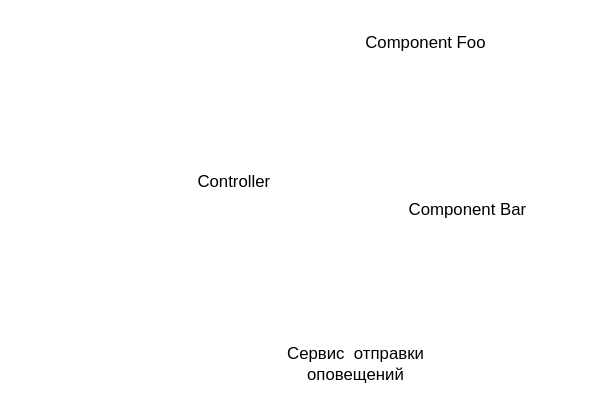
Above: notificator/static/current_arch.svg in Yandex-Practicum/architect-practice-tpl (draw.io), before the change. Source tidied: cells renumbered, new cells last; positions are measured from the earlier drawing's top-left corner, leaving out a move shared by most shapes.
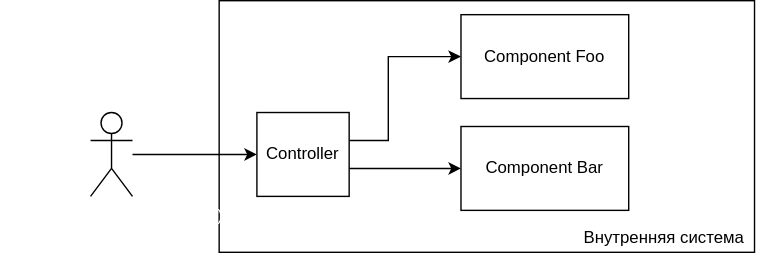
After the commit.

The edit, as a diff of the source:
```diff
@@ -1,60 +1,43 @@
-<mxGraphModel background="#000000">
+<mxGraphModel background="#FFFFFF">
   <root>
     <mxCell id="0" />
     <mxCell id="1" parent="0" />
-    <mxCell id="2" style="edgeStyle=orthogonalEdgeStyle;rounded=0;jettySize=auto;html=1;dashed=1;strokeColor=#FFFFFF;" parent="1" edge="1" source="3" target="7">
-      <mxGeometry relative="1" as="geometry">
-        <Array as="points">
-          <mxPoint x="270" y="200" />
-          <mxPoint x="190" y="200" />
-        </Array>
-      </mxGeometry>
-    </mxCell>
+    <mxCell id="14" style="rounded=0;whiteSpace=wrap;html=1;" parent="1" vertex="1">
+      <mxGeometry x="47" y="340" width="383" height="180" as="geometry" />
+    </mxCell>
-    <mxCell id="3" value="Component Bar" style="rounded=0;whiteSpace=wrap;html=1;strokeColor=#FFFFFF;" parent="1" vertex="1">
-      <mxGeometry x="210" y="120" width="120" height="60" as="geometry" />
+    <mxCell id="3" value="Component Bar" style="rounded=0;whiteSpace=wrap;html=1;strokeColor=#000000;" parent="1" vertex="1">
+      <mxGeometry x="220" y="430" width="120" height="60" as="geometry" />
     </mxCell>
-    <mxCell id="4" style="edgeStyle=orthogonalEdgeStyle;rounded=0;jettySize=auto;html=1;entryX=0;entryY=0.5;entryDx=0;entryDy=0;strokeColor=#FFFFFF;" parent="1" edge="1" source="11" target="3">
-      <mxGeometry relative="1" as="geometry" />
+    <mxCell id="4" style="edgeStyle=orthogonalEdgeStyle;rounded=0;jettySize=auto;html=1;entryX=0;entryY=0.5;entryDx=0;entryDy=0;strokeColor=#000000;" parent="1" edge="1" source="11" target="3">
+      <mxGeometry relative="1" as="geometry">
+        <Array as="points">
+          <mxPoint x="160" y="460" />
+          <mxPoint x="160" y="460" />
+        </Array>
+      </mxGeometry>
     </mxCell>
-    <mxCell id="5" value="User (mobile app, email, sms)" style="shape=umlActor;verticalLabelPosition=bottom;verticalAlign=top;html=1;outlineConnect=0;strokeColor=#FFFFFF;fontColor=#FFFFFF;" parent="1" vertex="1">
-      <mxGeometry y="100" width="30" height="60" as="geometry" />
+    <mxCell id="5" value="User (mobile app, email, sms)" style="shape=umlActor;verticalLabelPosition=bottom;verticalAlign=top;html=1;outlineConnect=0;strokeColor=#000000;fontColor=#FFFFFF;" parent="1" vertex="1">
+      <mxGeometry x="-45" y="420" width="30" height="60" as="geometry" />
     </mxCell>
-    <mxCell id="6" style="edgeStyle=orthogonalEdgeStyle;rounded=0;jettySize=auto;html=1;dashed=1;strokeColor=#FFFFFF;" parent="1" edge="1" source="7">
-      <mxGeometry relative="1" as="geometry">
-        <mxPoint x="10" y="180" as="targetPoint" />
-      </mxGeometry>
-    </mxCell>
-    <mxCell id="7" value="Сервис &amp;nbsp;отправки оповещений" style="rounded=0;whiteSpace=wrap;html=1;dashed=1;strokeColor=#FFFFFF;" parent="1" vertex="1">
-      <mxGeometry x="130" y="230" width="120" height="60" as="geometry" />
-    </mxCell>
-    <mxCell id="8" value="Component Foo" style="rounded=0;whiteSpace=wrap;html=1;strokeColor=#FFFFFF;" parent="1" vertex="1">
-      <mxGeometry x="180" width="120" height="60" as="geometry" />
+    <mxCell id="8" value="Component Foo" style="rounded=0;whiteSpace=wrap;html=1;strokeColor=#000000;" parent="1" vertex="1">
+      <mxGeometry x="220" y="350" width="120" height="60" as="geometry" />
     </mxCell>
-    <mxCell id="9" style="edgeStyle=orthogonalEdgeStyle;rounded=0;jettySize=auto;html=1;entryX=0;entryY=0.5;entryDx=0;entryDy=0;strokeColor=#FFFFFF;" parent="1" edge="1" source="5" target="11">
+    <mxCell id="9" style="edgeStyle=orthogonalEdgeStyle;rounded=0;jettySize=auto;html=1;entryX=0;entryY=0.5;entryDx=0;entryDy=0;strokeColor=#000000;" parent="1" edge="1" source="5" target="11">
       <mxGeometry relative="1" as="geometry" />
     </mxCell>
-    <mxCell id="10" style="edgeStyle=orthogonalEdgeStyle;rounded=0;jettySize=auto;html=1;entryX=0;entryY=0.5;entryDx=0;entryDy=0;strokeColor=#FFFFFF;" parent="1" edge="1" source="11" target="8">
+    <mxCell id="10" style="edgeStyle=orthogonalEdgeStyle;rounded=0;jettySize=auto;html=1;entryX=0;entryY=0.5;entryDx=0;entryDy=0;strokeColor=#000000;" parent="1" edge="1" source="11" target="8">
       <mxGeometry relative="1" as="geometry">
         <Array as="points">
-          <mxPoint x="158" y="120" />
-          <mxPoint x="158" y="30" />
+          <mxPoint x="168" y="440" />
+          <mxPoint x="168" y="380" />
         </Array>
       </mxGeometry>
     </mxCell>
-    <mxCell id="11" value="Controller" style="rounded=0;whiteSpace=wrap;html=1;strokeColor=#FFFFFF;" parent="1" vertex="1">
-      <mxGeometry x="70" y="100" width="66" height="60" as="geometry" />
+    <mxCell id="11" value="Controller" style="rounded=0;whiteSpace=wrap;html=1;strokeColor=#000000;" parent="1" vertex="1">
+      <mxGeometry x="74" y="420" width="66" height="60" as="geometry" />
     </mxCell>
-    <mxCell id="12" style="edgeStyle=orthogonalEdgeStyle;rounded=0;jettySize=auto;html=1;entryX=0.375;entryY=0;entryDx=0;entryDy=0;entryPerimeter=0;dashed=1;strokeColor=#FFFFFF;" parent="1" edge="1" source="11" target="7">
-      <mxGeometry relative="1" as="geometry" />
-    </mxCell>
-    <mxCell id="13" style="edgeStyle=orthogonalEdgeStyle;rounded=0;jettySize=auto;html=1;entryX=0.667;entryY=-0.033;entryDx=0;entryDy=0;entryPerimeter=0;dashed=1;strokeColor=#FFFFFF;" parent="1" edge="1" source="8" target="7">
-      <mxGeometry relative="1" as="geometry">
-        <Array as="points">
-          <mxPoint x="350" y="30" />
-          <mxPoint x="350" y="210" />
-          <mxPoint x="210" y="210" />
-        </Array>
-      </mxGeometry>
-    </mxCell>
+    <mxCell id="15" value="Внутренняя система" style="text;html=1;strokeColor=none;fillColor=none;align=center;verticalAlign=middle;whiteSpace=wrap;rounded=0;" parent="1" vertex="1">
+      <mxGeometry x="290" y="500" width="151" height="20" as="geometry" />
+    </mxCell>
   </root>
 </mxGraphModel>
```
